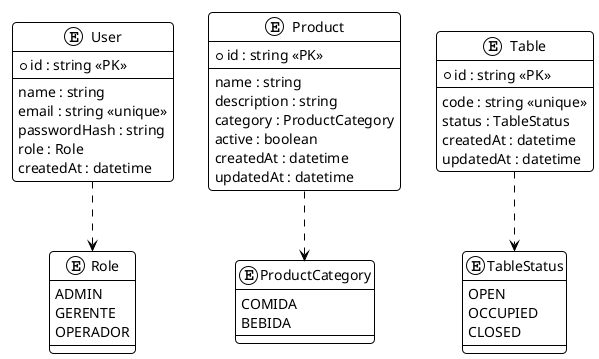
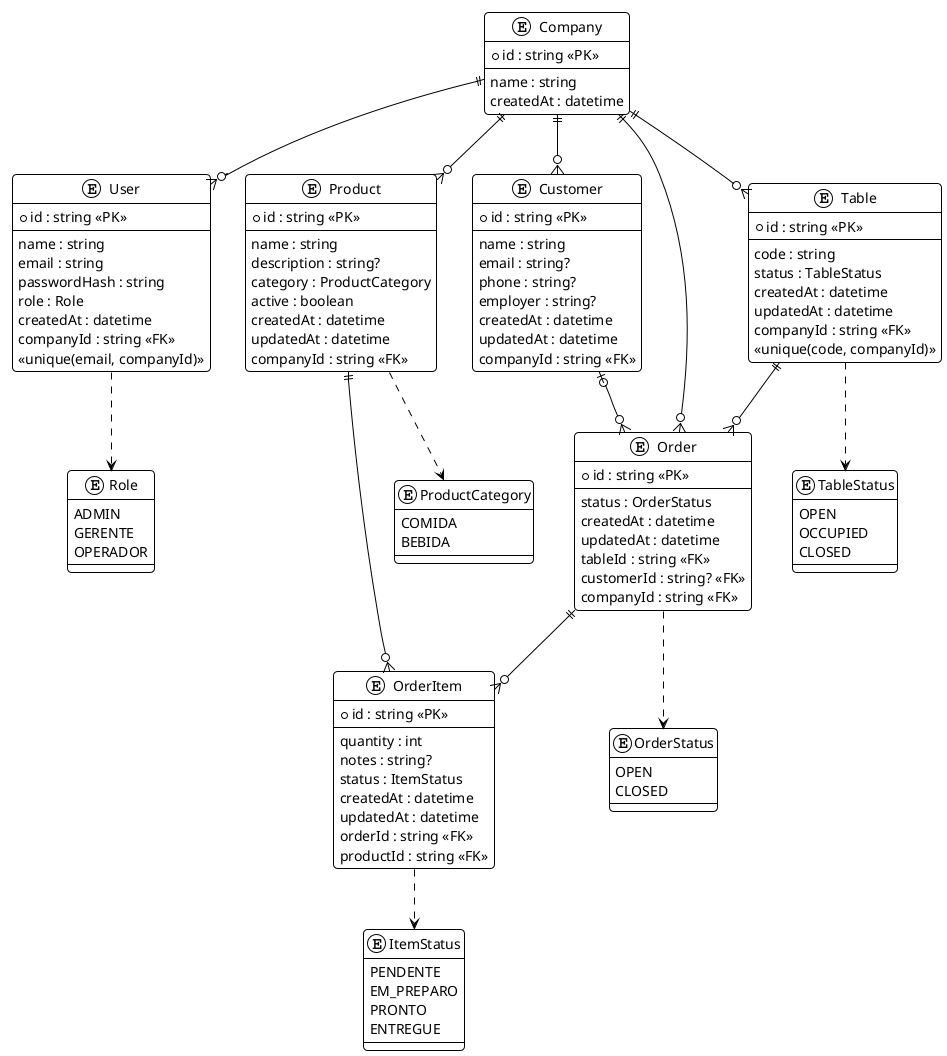
@startuml greetup_db_schema

!theme plain
skinparam backgroundColor white
skinparam shadowing false
skinparam roundCorner 8
skinparam defaultFontName Arial

+ entity "Company" as company {
+   * id : string <<PK>>
+   --
+   name : string
+   createdAt : datetime
+ }
+ 
entity "User" as user {
  * id : string <<PK>>
  --
  name : string
-   email : string <<unique>>
+   email : string
  passwordHash : string
  role : Role
  createdAt : datetime
+   companyId : string <<FK>>
+   <<unique(email, companyId)>>
}

entity "Product" as product {
  * id : string <<PK>>
  --
  name : string
-   description : string
+   description : string?
  category : ProductCategory
  active : boolean
  createdAt : datetime
  updatedAt : datetime
+   companyId : string <<FK>>
}

entity "Table" as table {
  * id : string <<PK>>
  --
-   code : string <<unique>>
+   code : string
  status : TableStatus
  createdAt : datetime
  updatedAt : datetime
+   companyId : string <<FK>>
+   <<unique(code, companyId)>>
+ }
+ 
+ entity "Customer" as customer {
+   * id : string <<PK>>
+   --
+   name : string
+   email : string?
+   phone : string?
+   employer : string?
+   createdAt : datetime
+   updatedAt : datetime
+   companyId : string <<FK>>
+ }
+ 
+ entity "Order" as order {
+   * id : string <<PK>>
+   --
+   status : OrderStatus
+   createdAt : datetime
+   updatedAt : datetime
+   tableId : string <<FK>>
+   customerId : string? <<FK>>
+   companyId : string <<FK>>
+ }
+ 
+ entity "OrderItem" as orderItem {
+   * id : string <<PK>>
+   --
+   quantity : int
+   notes : string?
+   status : ItemStatus
+   createdAt : datetime
+   updatedAt : datetime
+   orderId : string <<FK>>
+   productId : string <<FK>>
}

enum Role {
  ADMIN
  GERENTE
  OPERADOR
}

enum ProductCategory {
  COMIDA
  BEBIDA
}

enum TableStatus {
  OPEN
  OCCUPIED
  CLOSED
}

+ enum OrderStatus {
+   OPEN
+   CLOSED
+ }
+ 
+ enum ItemStatus {
+   PENDENTE
+   EM_PREPARO
+   PRONTO
+   ENTREGUE
+ }
+ 
+ company ||--o{ user
+ company ||--o{ product
+ company ||--o{ table
+ company ||--o{ customer
+ company ||--o{ order
+ 
+ table ||--o{ order
+ customer |o--o{ order
+ order ||--o{ orderItem
+ product ||--o{ orderItem
+ 
user ..> Role
product ..> ProductCategory
table ..> TableStatus
+ order ..> OrderStatus
+ orderItem ..> ItemStatus

@enduml
